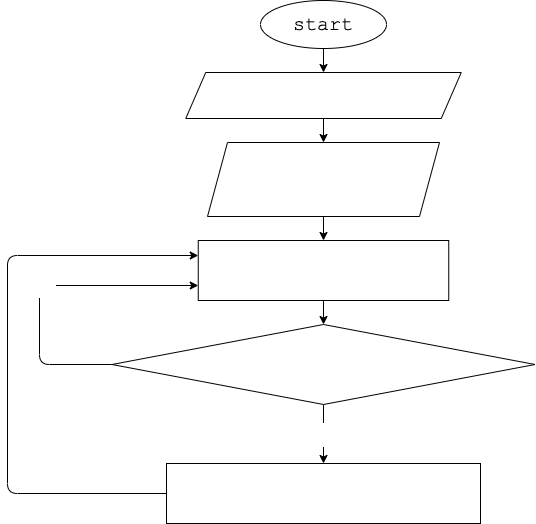
The draw.io diagram FinalWork/diagram.drawio.png in Babamuratov/FinalWork, before a commit. Source tidied: cells renumbered, new cells last; positions are measured from the earlier drawing's top-left corner, leaving out a move shared by most shapes. The source it was exported from:
```xml
<mxGraphModel>
  <root>
    <mxCell id="0" />
    <mxCell id="1" parent="0" />
    <mxCell id="2" style="edgeStyle=none;html=1;fontFamily=Courier New;fontSize=20;fontColor=#FFFFFF;" parent="1" edge="1" source="3" target="5">
      <mxGeometry relative="1" as="geometry" />
    </mxCell>
    <mxCell id="3" value="start" style="ellipse;whiteSpace=wrap;html=1;fontFamily=Courier New;fontSize=20;" parent="1" vertex="1">
      <mxGeometry x="253" width="126" height="48" as="geometry" />
    </mxCell>
    <mxCell id="4" style="edgeStyle=none;html=1;fontFamily=Courier New;fontSize=20;fontColor=#FFFFFF;" parent="1" edge="1" source="5" target="7">
      <mxGeometry relative="1" as="geometry" />
    </mxCell>
    <mxCell id="5" value="&lt;div style=&quot;font-family: &amp;#34;menlo&amp;#34; , &amp;#34;monaco&amp;#34; , &amp;#34;courier new&amp;#34; , monospace ; line-height: 18px&quot;&gt;&lt;div style=&quot;font-family: &amp;#34;menlo&amp;#34; , &amp;#34;monaco&amp;#34; , &amp;#34;courier new&amp;#34; , monospace ; line-height: 18px&quot;&gt;&lt;font color=&quot;#ffffff&quot; style=&quot;font-size: 20px&quot;&gt;SecondArrayWithIF&lt;/font&gt;&lt;/div&gt;&lt;/div&gt;" style="shape=parallelogram;perimeter=parallelogramPerimeter;whiteSpace=wrap;html=1;fixedSize=1;fontFamily=Courier New;fontSize=20;" parent="1" vertex="1">
      <mxGeometry x="178.2" y="72" width="275.5" height="46" as="geometry" />
    </mxCell>
    <mxCell id="6" style="edgeStyle=none;html=1;fontFamily=Courier New;fontSize=20;fontColor=#FFFFFF;" parent="1" edge="1" source="7" target="9">
      <mxGeometry relative="1" as="geometry" />
    </mxCell>
    <mxCell id="7" value="&lt;div style=&quot;font-family: &amp;#34;menlo&amp;#34; , &amp;#34;monaco&amp;#34; , &amp;#34;courier new&amp;#34; , monospace ; line-height: 18px&quot;&gt;&lt;font style=&quot;font-size: 20px&quot;&gt;string[] array1&lt;/font&gt;&lt;/div&gt;&lt;div style=&quot;font-family: &amp;#34;menlo&amp;#34; , &amp;#34;monaco&amp;#34; , &amp;#34;courier new&amp;#34; , monospace ; line-height: 18px&quot;&gt;&lt;div style=&quot;line-height: 18px&quot;&gt;&lt;font style=&quot;font-size: 20px&quot;&gt;string[] array2&lt;/font&gt;&lt;/div&gt;&lt;div style=&quot;line-height: 18px&quot;&gt;&lt;div style=&quot;line-height: 18px&quot;&gt;&lt;font style=&quot;font-size: 20px&quot;&gt;int count = 0&lt;/font&gt;&lt;/div&gt;&lt;/div&gt;&lt;/div&gt;" style="shape=parallelogram;perimeter=parallelogramPerimeter;whiteSpace=wrap;html=1;fixedSize=1;labelBackgroundColor=none;fontFamily=Courier New;fontSize=20;fontColor=#FFFFFF;" parent="1" vertex="1">
      <mxGeometry x="200" y="142" width="232" height="74" as="geometry" />
    </mxCell>
    <mxCell id="8" style="edgeStyle=none;html=1;fontFamily=Courier New;fontSize=20;fontColor=#FFFFFF;" parent="1" edge="1" source="9" target="12">
      <mxGeometry relative="1" as="geometry" />
    </mxCell>
    <mxCell id="9" value="&lt;div style=&quot;font-family: &amp;#34;menlo&amp;#34; , &amp;#34;monaco&amp;#34; , &amp;#34;courier new&amp;#34; , monospace ; line-height: 18px&quot;&gt;for (int i = 0; i &amp;lt; array1.Length; i++)&lt;/div&gt;" style="rounded=0;whiteSpace=wrap;html=1;labelBackgroundColor=none;fontFamily=Courier New;fontSize=20;fontColor=#FFFFFF;" parent="1" vertex="1">
      <mxGeometry x="190.8" y="240" width="250.5" height="60" as="geometry" />
    </mxCell>
    <mxCell id="10" value="Yes" style="edgeStyle=none;html=1;fontFamily=Courier New;fontSize=20;fontColor=#FFFFFF;" parent="1" edge="1" source="12" target="14">
      <mxGeometry relative="1" as="geometry" />
    </mxCell>
    <mxCell id="11" value="No" style="edgeStyle=none;html=1;entryX=0;entryY=0.75;entryDx=0;entryDy=0;fontFamily=Courier New;fontSize=20;fontColor=#FFFFFF;" parent="1" edge="1" source="12" target="9">
      <mxGeometry relative="1" as="geometry">
        <Array as="points">
          <mxPoint x="32" y="364" />
          <mxPoint x="32" y="285" />
        </Array>
      </mxGeometry>
    </mxCell>
    <mxCell id="12" value="&lt;div style=&quot;font-family: &amp;#34;menlo&amp;#34; , &amp;#34;monaco&amp;#34; , &amp;#34;courier new&amp;#34; , monospace ; line-height: 18px&quot;&gt;if(array1[i].Length &amp;lt;= 3)&lt;/div&gt;" style="rhombus;whiteSpace=wrap;html=1;labelBackgroundColor=none;fontFamily=Courier New;fontSize=20;fontColor=#FFFFFF;" parent="1" vertex="1">
      <mxGeometry x="104.5" y="324" width="423" height="80" as="geometry" />
    </mxCell>
    <mxCell id="13" style="edgeStyle=none;html=1;entryX=0;entryY=0.25;entryDx=0;entryDy=0;fontFamily=Courier New;fontSize=20;fontColor=#FFFFFF;" parent="1" edge="1" source="14" target="9">
      <mxGeometry relative="1" as="geometry">
        <Array as="points">
          <mxPoint y="493" />
          <mxPoint y="255" />
        </Array>
      </mxGeometry>
    </mxCell>
    <mxCell id="14" value="&lt;div style=&quot;font-family: &amp;#34;menlo&amp;#34; , &amp;#34;monaco&amp;#34; , &amp;#34;courier new&amp;#34; , monospace ; line-height: 18px&quot;&gt;&lt;font style=&quot;font-size: 20px&quot;&gt;array2[count] = array1[i]&lt;/font&gt;&lt;/div&gt;&lt;div style=&quot;font-family: &amp;#34;menlo&amp;#34; , &amp;#34;monaco&amp;#34; , &amp;#34;courier new&amp;#34; , monospace ; line-height: 18px&quot;&gt;&lt;div style=&quot;line-height: 18px&quot;&gt;&lt;font style=&quot;font-size: 20px&quot;&gt;count++&lt;/font&gt;&lt;/div&gt;&lt;/div&gt;" style="rounded=0;whiteSpace=wrap;html=1;labelBackgroundColor=none;fontFamily=Courier New;fontSize=20;fontColor=#FFFFFF;" parent="1" vertex="1">
      <mxGeometry x="159" y="463" width="314" height="60" as="geometry" />
    </mxCell>
  </root>
</mxGraphModel>
```
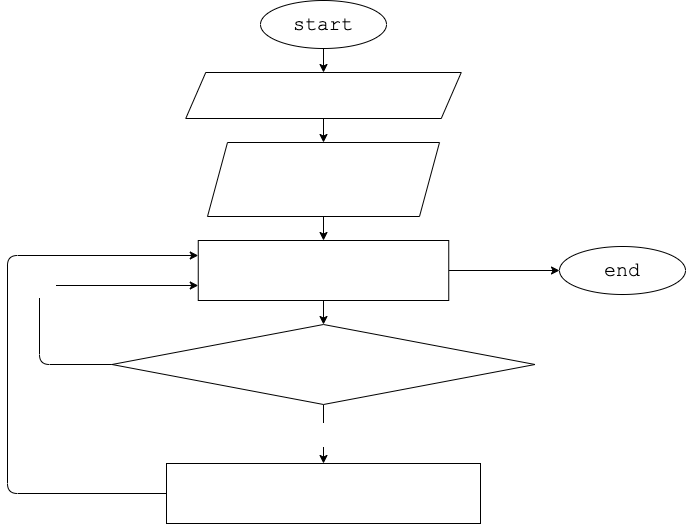
Later version of the same file.

Commit message:
Итоговая задача

The edit, as a diff of the source:
```diff
@@ -23,6 +23,9 @@
     <mxCell id="8" style="edgeStyle=none;html=1;fontFamily=Courier New;fontSize=20;fontColor=#FFFFFF;" parent="1" edge="1" source="9" target="12">
       <mxGeometry relative="1" as="geometry" />
     </mxCell>
+    <mxCell id="15" style="edgeStyle=none;html=1;entryX=0;entryY=0.5;entryDx=0;entryDy=0;fontFamily=Courier New;fontSize=20;fontColor=#FFFFFF;" parent="1" edge="1" source="9" target="16">
+      <mxGeometry relative="1" as="geometry" />
+    </mxCell>
     <mxCell id="9" value="&lt;div style=&quot;font-family: &amp;#34;menlo&amp;#34; , &amp;#34;monaco&amp;#34; , &amp;#34;courier new&amp;#34; , monospace ; line-height: 18px&quot;&gt;for (int i = 0; i &amp;lt; array1.Length; i++)&lt;/div&gt;" style="rounded=0;whiteSpace=wrap;html=1;labelBackgroundColor=none;fontFamily=Courier New;fontSize=20;fontColor=#FFFFFF;" parent="1" vertex="1">
       <mxGeometry x="190.8" y="240" width="250.5" height="60" as="geometry" />
     </mxCell>
@@ -51,5 +54,8 @@
     <mxCell id="14" value="&lt;div style=&quot;font-family: &amp;#34;menlo&amp;#34; , &amp;#34;monaco&amp;#34; , &amp;#34;courier new&amp;#34; , monospace ; line-height: 18px&quot;&gt;&lt;font style=&quot;font-size: 20px&quot;&gt;array2[count] = array1[i]&lt;/font&gt;&lt;/div&gt;&lt;div style=&quot;font-family: &amp;#34;menlo&amp;#34; , &amp;#34;monaco&amp;#34; , &amp;#34;courier new&amp;#34; , monospace ; line-height: 18px&quot;&gt;&lt;div style=&quot;line-height: 18px&quot;&gt;&lt;font style=&quot;font-size: 20px&quot;&gt;count++&lt;/font&gt;&lt;/div&gt;&lt;/div&gt;" style="rounded=0;whiteSpace=wrap;html=1;labelBackgroundColor=none;fontFamily=Courier New;fontSize=20;fontColor=#FFFFFF;" parent="1" vertex="1">
       <mxGeometry x="159" y="463" width="314" height="60" as="geometry" />
     </mxCell>
+    <mxCell id="16" value="end" style="ellipse;whiteSpace=wrap;html=1;fontFamily=Courier New;fontSize=20;" parent="1" vertex="1">
+      <mxGeometry x="552" y="246" width="126" height="48" as="geometry" />
+    </mxCell>
   </root>
 </mxGraphModel>
```
